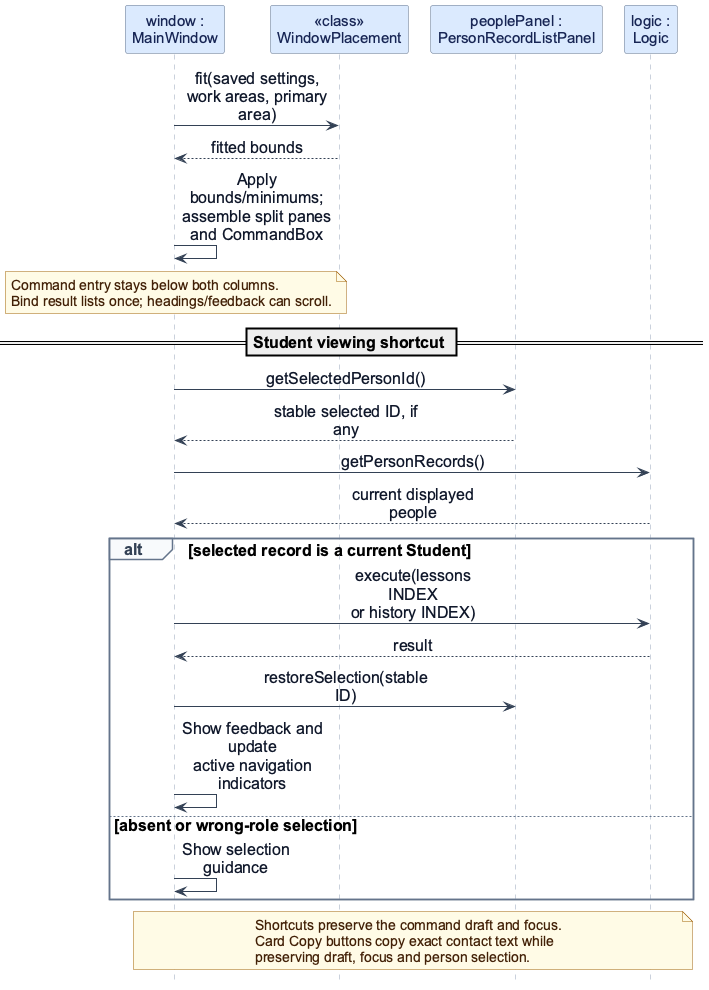
This is docs/images/WindowNavigation.png from AY2627S1-CS2103T-F13-3/tp, a PlantUML export, as it was before one commit. The source it was exported from:
```plantuml
@startuml
!include feature-sequence-style.iuml
participant "window :\nMainWindow" as W
participant "<<class>>\nWindowPlacement" as P
participant "peoplePanel :\nPersonRecordListPanel" as V
participant "logic :\nLogic" as L

W -> P : fit(saved settings,\nwork areas, primary area)
P --> W : fitted bounds
W -> W : Apply bounds/minimums;\nassemble split panes and CommandBox
note over W
  Command entry stays below both columns.
  Bind result lists once; headings/feedback can scroll.
end note
== Student viewing shortcut ==
W -> V : getSelectedPersonId()
V --> W : stable selected ID, if any
W -> L : getPersonRecords()
L --> W : current displayed people
alt selected record is a current Student
  W -> L : execute(lessons INDEX\nor history INDEX)
  L --> W : result
  W -> V : restoreSelection(stable ID)
  W -> W : Show feedback and update\nactive navigation indicators
else absent or wrong-role selection
  W -> W : Show selection guidance
end
note over W, L
  Shortcuts preserve the command draft and focus.
  Card Copy buttons copy exact contact text while
  preserving draft, focus and person selection.
end note
@enduml
```
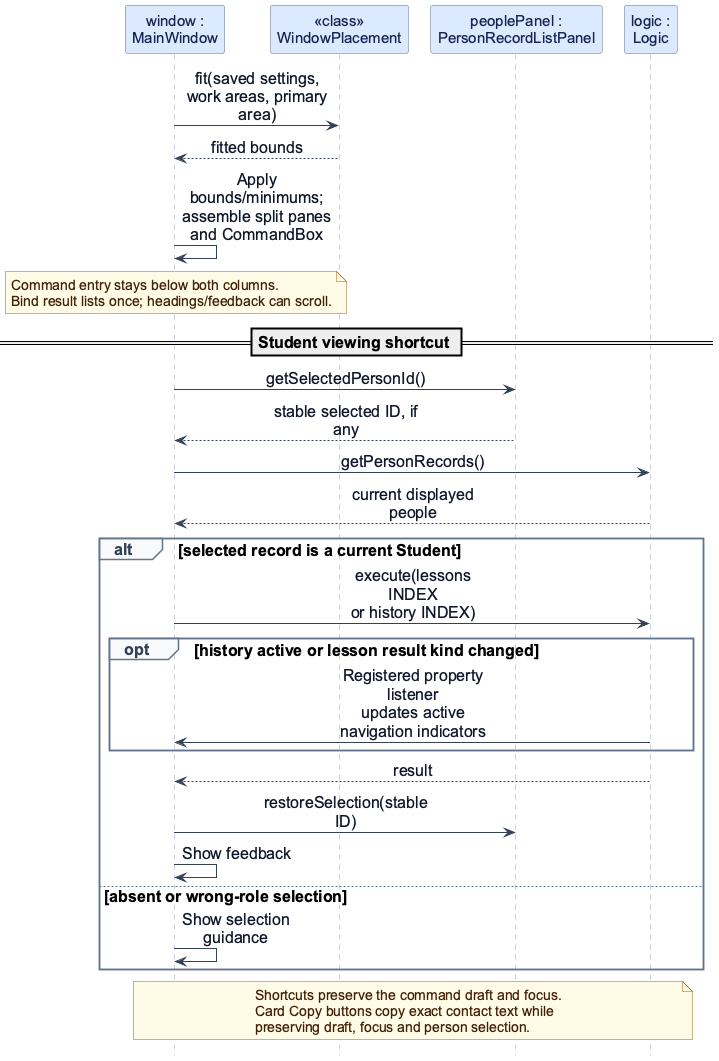
The same diagram one commit later.

Commit message:
Correct sequence return values and listener ordering

Diff of the diagram source:
```diff
@@ -19,9 +19,12 @@
 L --> W : current displayed people
 alt selected record is a current Student
   W -> L : execute(lessons INDEX\nor history INDEX)
+  opt history active or lesson result kind changed
+    L -> W : Registered property listener\nupdates active navigation indicators
+  end
   L --> W : result
   W -> V : restoreSelection(stable ID)
-  W -> W : Show feedback and update\nactive navigation indicators
+  W -> W : Show feedback
 else absent or wrong-role selection
   W -> W : Show selection guidance
 end
```
